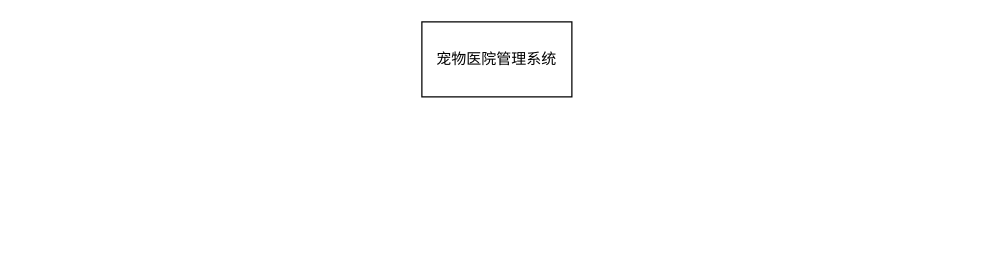
The draw.io diagram Untitled Diagram.drawio in hrchiyu/hrchiyu.github.io, before the edit. Source tidied: cells renumbered, new cells numbered last; positions are measured from the earlier drawing's top-left corner, leaving out a move shared by most shapes. Both pictures are drawn from the tidied source at 125%, with x=0, y=0 at pixel (421, 21).
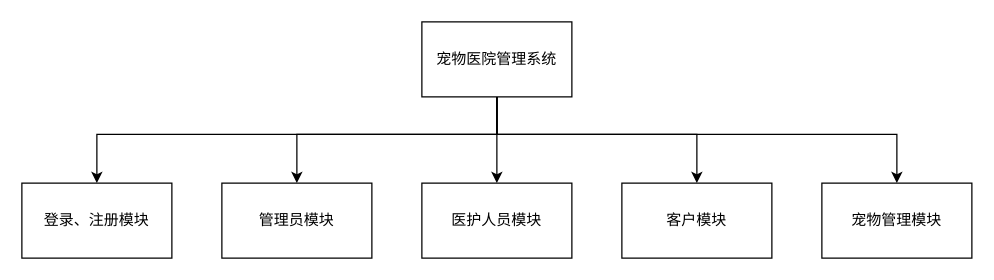
The same diagram, later.

Unchanged cells that the change refers to:
```xml
<mxCell id="2" value="宠物医院管理系统" style="rounded=0;whiteSpace=wrap;html=1;" parent="1" vertex="1">
  <mxGeometry width="120" height="60" as="geometry" />
</mxCell>
```

The edit, as a diff of the source:
```diff
@@
+    <mxCell id="3" style="edgeStyle=orthogonalEdgeStyle;rounded=0;jettySize=auto;html=1;entryX=0.5;entryY=0;entryDx=0;entryDy=0;" parent="1" edge="1" source="2" target="11">
+      <mxGeometry relative="1" as="geometry" />
+    </mxCell>
+    <mxCell id="4" style="edgeStyle=orthogonalEdgeStyle;rounded=0;jettySize=auto;html=1;" parent="1" edge="1" source="2" target="10">
+      <mxGeometry relative="1" as="geometry">
+        <Array as="points">
+          <mxPoint x="60" y="90" />
+          <mxPoint x="-100" y="90" />
+        </Array>
+      </mxGeometry>
+    </mxCell>
+    <mxCell id="5" style="edgeStyle=orthogonalEdgeStyle;rounded=0;jettySize=auto;html=1;entryX=0.5;entryY=0;entryDx=0;entryDy=0;" parent="1" edge="1" source="2" target="9">
+      <mxGeometry relative="1" as="geometry">
+        <Array as="points">
+          <mxPoint x="60" y="90" />
+          <mxPoint x="-260" y="90" />
+        </Array>
+      </mxGeometry>
+    </mxCell>
+    <mxCell id="6" style="edgeStyle=orthogonalEdgeStyle;rounded=0;jettySize=auto;html=1;entryX=0.5;entryY=0;entryDx=0;entryDy=0;" parent="1" edge="1" source="2" target="12">
+      <mxGeometry relative="1" as="geometry">
+        <Array as="points">
+          <mxPoint x="60" y="90" />
+          <mxPoint x="220" y="90" />
+        </Array>
+      </mxGeometry>
+    </mxCell>
+    <mxCell id="7" style="edgeStyle=orthogonalEdgeStyle;rounded=0;jettySize=auto;html=1;entryX=0.5;entryY=0;entryDx=0;entryDy=0;" parent="1" edge="1" source="2" target="13">
+      <mxGeometry relative="1" as="geometry">
+        <Array as="points">
+          <mxPoint x="60" y="90" />
+          <mxPoint x="380" y="90" />
+        </Array>
+      </mxGeometry>
+    </mxCell>
@@
+    <mxCell id="8" style="edgeStyle=orthogonalEdgeStyle;rounded=0;orthogonalLoop=1;jettySize=auto;html=1;exitX=0.5;exitY=1;exitDx=0;exitDy=0;" parent="1" edge="1" source="2" target="2">
+      <mxGeometry relative="1" as="geometry" />
+    </mxCell>
+    <mxCell id="9" value="登录、注册模块" style="rounded=0;whiteSpace=wrap;html=1;glass=0;horizontal=1;verticalAlign=middle;textDirection=rtl;" parent="1" vertex="1">
+      <mxGeometry x="-320" y="129" width="120" height="60" as="geometry" />
+    </mxCell>
+    <mxCell id="10" value="管理员模块" style="rounded=0;whiteSpace=wrap;html=1;glass=0;verticalAlign=middle;" parent="1" vertex="1">
+      <mxGeometry x="-160" y="129" width="120" height="60" as="geometry" />
+    </mxCell>
+    <mxCell id="11" value="医护人员模块" style="rounded=0;whiteSpace=wrap;html=1;glass=0;verticalAlign=middle;" parent="1" vertex="1">
+      <mxGeometry y="129" width="120" height="60" as="geometry" />
+    </mxCell>
+    <mxCell id="12" value="客户模块" style="rounded=0;whiteSpace=wrap;html=1;glass=0;verticalAlign=middle;" parent="1" vertex="1">
+      <mxGeometry x="160" y="129" width="120" height="60" as="geometry" />
+    </mxCell>
+    <mxCell id="13" value="宠物管理模块" style="rounded=0;whiteSpace=wrap;html=1;glass=0;verticalAlign=middle;" parent="1" vertex="1">
+      <mxGeometry x="320" y="129" width="120" height="60" as="geometry" />
+    </mxCell>
```
